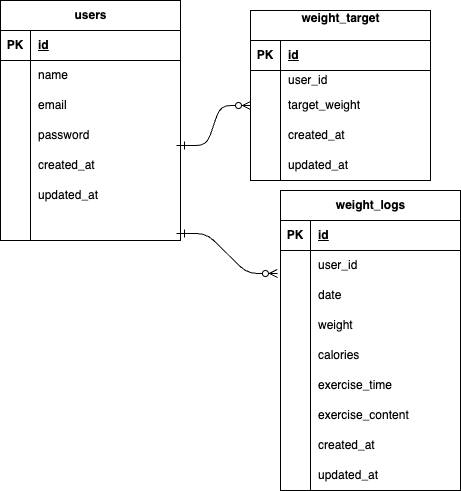
Above: docs/erd.drawio.png in mitoma1/test-weight3- (draw.io), before the change. Source tidied: cells renumbered, new cells last; positions are measured from the earlier drawing's top-left corner, leaving out a move shared by most shapes. Source of this version:
```xml
<mxGraphModel>
  <root>
    <mxCell id="0" />
    <mxCell id="1" parent="0" />
    <mxCell id="2" value="&lt;span class=&quot;notion-enable-hover&quot;&gt;weight_logs&lt;/span&gt;" style="shape=table;startSize=30;rowLines=0;fontStyle=1;align=center;html=1;" parent="1" vertex="1">
      <mxGeometry x="280" y="190" width="180" height="300" as="geometry" />
    </mxCell>
    <mxCell id="3" style="shape=tableRow;horizontal=0;startSize=0;swimlaneHead=0;swimlaneBody=0;fillColor=none;top=0;left=0;right=0;bottom=1;" parent="2" vertex="1">
      <mxGeometry y="30" width="180" height="30" as="geometry" />
    </mxCell>
    <mxCell id="4" value="PK" style="shape=partialRectangle;fillColor=none;top=0;left=0;bottom=0;right=0;fontStyle=1;overflow=hidden;whiteSpace=wrap;html=1;" parent="3" vertex="1">
      <mxGeometry width="30" height="30" as="geometry" />
    </mxCell>
    <mxCell id="5" value="id" style="shape=partialRectangle;fillColor=none;top=0;left=0;bottom=0;right=0;align=left;spacingLeft=6;fontStyle=5;overflow=hidden;whiteSpace=wrap;html=1;" parent="3" vertex="1">
      <mxGeometry x="30" width="150" height="30" as="geometry" />
    </mxCell>
    <mxCell id="6" style="shape=tableRow;horizontal=0;startSize=0;swimlaneHead=0;swimlaneBody=0;fillColor=none;points=[[0,0.5],[1,0.5]];portConstraint=eastwest;top=0;left=0;right=0;bottom=0;" parent="2" vertex="1">
      <mxGeometry y="60" width="180" height="30" as="geometry" />
    </mxCell>
    <mxCell id="7" style="shape=partialRectangle;fillColor=none;top=0;left=0;bottom=0;right=0;overflow=hidden;whiteSpace=wrap;html=1;" parent="6" vertex="1">
      <mxGeometry width="30" height="30" as="geometry" />
    </mxCell>
    <mxCell id="8" value="user_id" style="shape=partialRectangle;fillColor=none;top=0;left=0;bottom=0;right=0;align=left;spacingLeft=6;overflow=hidden;whiteSpace=wrap;html=1;" parent="6" vertex="1">
      <mxGeometry x="30" width="150" height="30" as="geometry" />
    </mxCell>
    <mxCell id="9" style="shape=tableRow;horizontal=0;startSize=0;swimlaneHead=0;swimlaneBody=0;fillColor=none;top=0;left=0;right=0;bottom=0;" parent="2" vertex="1">
      <mxGeometry y="90" width="180" height="30" as="geometry" />
    </mxCell>
    <mxCell id="10" style="shape=partialRectangle;fillColor=none;top=0;left=0;bottom=0;right=0;overflow=hidden;whiteSpace=wrap;html=1;" parent="9" vertex="1">
      <mxGeometry width="30" height="30" as="geometry" />
    </mxCell>
    <mxCell id="11" value="date" style="shape=partialRectangle;fillColor=none;top=0;left=0;bottom=0;right=0;align=left;spacingLeft=6;overflow=hidden;whiteSpace=wrap;html=1;" parent="9" vertex="1">
      <mxGeometry x="30" width="150" height="30" as="geometry" />
    </mxCell>
    <mxCell id="12" style="shape=tableRow;horizontal=0;startSize=0;swimlaneHead=0;swimlaneBody=0;fillColor=none;points=[[0,0.5],[1,0.5]];portConstraint=eastwest;top=0;left=0;right=0;bottom=0;" parent="2" vertex="1">
      <mxGeometry y="120" width="180" height="30" as="geometry" />
    </mxCell>
    <mxCell id="13" style="shape=partialRectangle;fillColor=none;top=0;left=0;bottom=0;right=0;overflow=hidden;whiteSpace=wrap;html=1;" parent="12" vertex="1">
      <mxGeometry width="30" height="30" as="geometry" />
    </mxCell>
    <mxCell id="14" value="weight" style="shape=partialRectangle;fillColor=none;top=0;left=0;bottom=0;right=0;align=left;spacingLeft=6;overflow=hidden;whiteSpace=wrap;html=1;" parent="12" vertex="1">
      <mxGeometry x="30" width="150" height="30" as="geometry" />
    </mxCell>
    <mxCell id="15" style="shape=tableRow;horizontal=0;startSize=0;swimlaneHead=0;swimlaneBody=0;fillColor=none;top=0;left=0;right=0;bottom=0;" parent="2" vertex="1">
      <mxGeometry y="150" width="180" height="30" as="geometry" />
    </mxCell>
    <mxCell id="16" style="shape=partialRectangle;fillColor=none;top=0;left=0;bottom=0;right=0;overflow=hidden;whiteSpace=wrap;html=1;" parent="15" vertex="1">
      <mxGeometry width="30" height="30" as="geometry" />
    </mxCell>
    <mxCell id="17" value="calories" style="shape=partialRectangle;fillColor=none;top=0;left=0;bottom=0;right=0;align=left;spacingLeft=6;overflow=hidden;whiteSpace=wrap;html=1;" parent="15" vertex="1">
      <mxGeometry x="30" width="150" height="30" as="geometry" />
    </mxCell>
    <mxCell id="18" style="shape=tableRow;horizontal=0;startSize=0;swimlaneHead=0;swimlaneBody=0;fillColor=none;top=0;left=0;right=0;bottom=0;" parent="2" vertex="1">
      <mxGeometry y="180" width="180" height="30" as="geometry" />
    </mxCell>
    <mxCell id="19" style="shape=partialRectangle;fillColor=none;top=0;left=0;bottom=0;right=0;overflow=hidden;whiteSpace=wrap;html=1;" parent="18" vertex="1">
      <mxGeometry width="30" height="30" as="geometry" />
    </mxCell>
    <mxCell id="20" value="exercise_time" style="shape=partialRectangle;fillColor=none;top=0;left=0;bottom=0;right=0;align=left;spacingLeft=6;overflow=hidden;whiteSpace=wrap;html=1;" parent="18" vertex="1">
      <mxGeometry x="30" width="150" height="30" as="geometry" />
    </mxCell>
    <mxCell id="21" style="shape=tableRow;horizontal=0;startSize=0;swimlaneHead=0;swimlaneBody=0;fillColor=none;top=0;left=0;right=0;bottom=0;" parent="2" vertex="1">
      <mxGeometry y="210" width="180" height="30" as="geometry" />
    </mxCell>
    <mxCell id="22" style="shape=partialRectangle;fillColor=none;top=0;left=0;bottom=0;right=0;overflow=hidden;whiteSpace=wrap;html=1;" parent="21" vertex="1">
      <mxGeometry width="30" height="30" as="geometry" />
    </mxCell>
    <mxCell id="23" value="exercise_content" style="shape=partialRectangle;fillColor=none;top=0;left=0;bottom=0;right=0;align=left;spacingLeft=6;overflow=hidden;whiteSpace=wrap;html=1;" parent="21" vertex="1">
      <mxGeometry x="30" width="150" height="30" as="geometry" />
    </mxCell>
    <mxCell id="24" style="shape=tableRow;horizontal=0;startSize=0;swimlaneHead=0;swimlaneBody=0;fillColor=none;top=0;left=0;right=0;bottom=0;" parent="2" vertex="1">
      <mxGeometry y="240" width="180" height="30" as="geometry" />
    </mxCell>
    <mxCell id="25" style="shape=partialRectangle;fillColor=none;top=0;left=0;bottom=0;right=0;overflow=hidden;whiteSpace=wrap;html=1;" parent="24" vertex="1">
      <mxGeometry width="30" height="30" as="geometry" />
    </mxCell>
    <mxCell id="26" value="created_at" style="shape=partialRectangle;fillColor=none;top=0;left=0;bottom=0;right=0;align=left;spacingLeft=6;overflow=hidden;whiteSpace=wrap;html=1;" parent="24" vertex="1">
      <mxGeometry x="30" width="150" height="30" as="geometry" />
    </mxCell>
    <mxCell id="27" style="shape=tableRow;horizontal=0;startSize=0;swimlaneHead=0;swimlaneBody=0;fillColor=none;top=0;left=0;right=0;bottom=0;" parent="2" vertex="1">
      <mxGeometry y="270" width="180" height="30" as="geometry" />
    </mxCell>
    <mxCell id="28" style="shape=partialRectangle;fillColor=none;top=0;left=0;bottom=0;right=0;overflow=hidden;whiteSpace=wrap;html=1;" parent="27" vertex="1">
      <mxGeometry width="30" height="30" as="geometry" />
    </mxCell>
    <mxCell id="29" value="updated_at" style="shape=partialRectangle;fillColor=none;top=0;left=0;bottom=0;right=0;align=left;spacingLeft=6;overflow=hidden;whiteSpace=wrap;html=1;" parent="27" vertex="1">
      <mxGeometry x="30" width="150" height="30" as="geometry" />
    </mxCell>
    <mxCell id="30" value="&lt;span class=&quot;notion-enable-hover&quot;&gt;users&lt;/span&gt;" style="shape=table;startSize=30;rowLines=0;fontStyle=1;align=center;html=1;" parent="1" vertex="1">
      <mxGeometry width="180" height="240" as="geometry" />
    </mxCell>
    <mxCell id="31" style="shape=tableRow;horizontal=0;startSize=0;swimlaneHead=0;swimlaneBody=0;fillColor=none;top=0;left=0;right=0;bottom=1;" parent="30" vertex="1">
      <mxGeometry y="30" width="180" height="30" as="geometry" />
    </mxCell>
    <mxCell id="32" value="PK" style="shape=partialRectangle;fillColor=none;top=0;left=0;bottom=0;right=0;fontStyle=1;overflow=hidden;whiteSpace=wrap;html=1;" parent="31" vertex="1">
      <mxGeometry width="30" height="30" as="geometry" />
    </mxCell>
    <mxCell id="33" value="id" style="shape=partialRectangle;fillColor=none;top=0;left=0;bottom=0;right=0;align=left;spacingLeft=6;fontStyle=5;overflow=hidden;whiteSpace=wrap;html=1;" parent="31" vertex="1">
      <mxGeometry x="30" width="150" height="30" as="geometry" />
    </mxCell>
    <mxCell id="34" style="shape=tableRow;horizontal=0;startSize=0;swimlaneHead=0;swimlaneBody=0;fillColor=none;top=0;left=0;right=0;bottom=0;" parent="30" vertex="1">
      <mxGeometry y="60" width="180" height="30" as="geometry" />
    </mxCell>
    <mxCell id="35" style="shape=partialRectangle;fillColor=none;top=0;left=0;bottom=0;right=0;overflow=hidden;whiteSpace=wrap;html=1;" parent="34" vertex="1">
      <mxGeometry width="30" height="30" as="geometry" />
    </mxCell>
    <mxCell id="36" value="name" style="shape=partialRectangle;fillColor=none;top=0;left=0;bottom=0;right=0;align=left;spacingLeft=6;overflow=hidden;whiteSpace=wrap;html=1;" parent="34" vertex="1">
      <mxGeometry x="30" width="150" height="30" as="geometry" />
    </mxCell>
    <mxCell id="37" style="shape=tableRow;horizontal=0;startSize=0;swimlaneHead=0;swimlaneBody=0;fillColor=none;top=0;left=0;right=0;bottom=0;" parent="30" vertex="1">
      <mxGeometry y="90" width="180" height="30" as="geometry" />
    </mxCell>
    <mxCell id="38" style="shape=partialRectangle;fillColor=none;top=0;left=0;bottom=0;right=0;overflow=hidden;whiteSpace=wrap;html=1;" parent="37" vertex="1">
      <mxGeometry width="30" height="30" as="geometry" />
    </mxCell>
    <mxCell id="39" value="email" style="shape=partialRectangle;fillColor=none;top=0;left=0;bottom=0;right=0;align=left;spacingLeft=6;overflow=hidden;whiteSpace=wrap;html=1;" parent="37" vertex="1">
      <mxGeometry x="30" width="150" height="30" as="geometry" />
    </mxCell>
    <mxCell id="40" style="shape=tableRow;horizontal=0;startSize=0;swimlaneHead=0;swimlaneBody=0;fillColor=none;points=[[0,0.5],[1,0.5]];portConstraint=eastwest;top=0;left=0;right=0;bottom=0;" parent="30" vertex="1">
      <mxGeometry y="120" width="180" height="30" as="geometry" />
    </mxCell>
    <mxCell id="41" style="shape=partialRectangle;fillColor=none;top=0;left=0;bottom=0;right=0;overflow=hidden;whiteSpace=wrap;html=1;" parent="40" vertex="1">
      <mxGeometry width="30" height="30" as="geometry" />
    </mxCell>
    <mxCell id="42" value="password" style="shape=partialRectangle;fillColor=none;top=0;left=0;bottom=0;right=0;align=left;spacingLeft=6;overflow=hidden;whiteSpace=wrap;html=1;" parent="40" vertex="1">
      <mxGeometry x="30" width="150" height="30" as="geometry" />
    </mxCell>
    <mxCell id="43" style="shape=tableRow;horizontal=0;startSize=0;swimlaneHead=0;swimlaneBody=0;fillColor=none;top=0;left=0;right=0;bottom=0;" parent="30" vertex="1">
      <mxGeometry y="150" width="180" height="30" as="geometry" />
    </mxCell>
    <mxCell id="44" style="shape=partialRectangle;fillColor=none;top=0;left=0;bottom=0;right=0;overflow=hidden;whiteSpace=wrap;html=1;" parent="43" vertex="1">
      <mxGeometry width="30" height="30" as="geometry" />
    </mxCell>
    <mxCell id="45" value="created_at" style="shape=partialRectangle;fillColor=none;top=0;left=0;bottom=0;right=0;align=left;spacingLeft=6;overflow=hidden;whiteSpace=wrap;html=1;" parent="43" vertex="1">
      <mxGeometry x="30" width="150" height="30" as="geometry" />
    </mxCell>
    <mxCell id="46" style="shape=tableRow;horizontal=0;startSize=0;swimlaneHead=0;swimlaneBody=0;fillColor=none;top=0;left=0;right=0;bottom=0;" parent="30" vertex="1">
      <mxGeometry y="180" width="180" height="30" as="geometry" />
    </mxCell>
    <mxCell id="47" style="shape=partialRectangle;fillColor=none;top=0;left=0;bottom=0;right=0;overflow=hidden;whiteSpace=wrap;html=1;" parent="46" vertex="1">
      <mxGeometry width="30" height="30" as="geometry" />
    </mxCell>
    <mxCell id="48" value="updated_at" style="shape=partialRectangle;fillColor=none;top=0;left=0;bottom=0;right=0;align=left;spacingLeft=6;overflow=hidden;whiteSpace=wrap;html=1;" parent="46" vertex="1">
      <mxGeometry x="30" width="150" height="30" as="geometry" />
    </mxCell>
    <mxCell id="49" style="shape=tableRow;horizontal=0;startSize=0;swimlaneHead=0;swimlaneBody=0;fillColor=none;points=[[0,0.5],[1,0.5]];portConstraint=eastwest;top=0;left=0;right=0;bottom=0;" parent="30" vertex="1">
      <mxGeometry y="210" width="180" height="30" as="geometry" />
    </mxCell>
    <mxCell id="50" style="shape=partialRectangle;fillColor=none;top=0;left=0;bottom=0;right=0;overflow=hidden;whiteSpace=wrap;html=1;" parent="49" vertex="1">
      <mxGeometry width="30" height="30" as="geometry" />
    </mxCell>
    <mxCell id="51" style="shape=partialRectangle;fillColor=none;top=0;left=0;bottom=0;right=0;align=left;spacingLeft=6;overflow=hidden;whiteSpace=wrap;html=1;" parent="49" vertex="1">
      <mxGeometry x="30" width="150" height="30" as="geometry" />
    </mxCell>
    <mxCell id="52" value="&lt;span class=&quot;notion-enable-hover&quot;&gt;weight_target&lt;/span&gt;&lt;div&gt;&lt;br/&gt;&lt;/div&gt;" style="shape=table;startSize=30;rowLines=0;fontStyle=1;align=center;html=1;" parent="1" vertex="1">
      <mxGeometry x="250" y="10" width="180" height="170" as="geometry" />
    </mxCell>
    <mxCell id="53" style="shape=tableRow;horizontal=0;startSize=0;swimlaneHead=0;swimlaneBody=0;fillColor=none;top=0;left=0;right=0;bottom=1;" parent="52" vertex="1">
      <mxGeometry y="30" width="180" height="30" as="geometry" />
    </mxCell>
    <mxCell id="54" value="PK" style="shape=partialRectangle;fillColor=none;top=0;left=0;bottom=0;right=0;fontStyle=1;overflow=hidden;whiteSpace=wrap;html=1;" parent="53" vertex="1">
      <mxGeometry width="30" height="30" as="geometry" />
    </mxCell>
    <mxCell id="55" value="id" style="shape=partialRectangle;fillColor=none;top=0;left=0;bottom=0;right=0;align=left;spacingLeft=6;fontStyle=5;overflow=hidden;whiteSpace=wrap;html=1;" parent="53" vertex="1">
      <mxGeometry x="30" width="150" height="30" as="geometry" />
    </mxCell>
    <mxCell id="56" style="shape=tableRow;horizontal=0;startSize=0;swimlaneHead=0;swimlaneBody=0;fillColor=none;top=0;left=0;right=0;bottom=0;" parent="52" vertex="1">
      <mxGeometry y="60" width="180" height="20" as="geometry" />
    </mxCell>
    <mxCell id="57" style="shape=partialRectangle;fillColor=none;top=0;left=0;bottom=0;right=0;overflow=hidden;whiteSpace=wrap;html=1;" parent="56" vertex="1">
      <mxGeometry width="30" height="20" as="geometry" />
    </mxCell>
    <mxCell id="58" value="user_id" style="shape=partialRectangle;fillColor=none;top=0;left=0;bottom=0;right=0;align=left;spacingLeft=6;overflow=hidden;whiteSpace=wrap;html=1;" parent="56" vertex="1">
      <mxGeometry x="30" width="150" height="20" as="geometry" />
    </mxCell>
    <mxCell id="59" style="shape=tableRow;horizontal=0;startSize=0;swimlaneHead=0;swimlaneBody=0;fillColor=none;points=[[0,0.5],[1,0.5]];portConstraint=eastwest;top=0;left=0;right=0;bottom=0;" parent="52" vertex="1">
      <mxGeometry y="80" width="180" height="30" as="geometry" />
    </mxCell>
    <mxCell id="60" style="shape=partialRectangle;fillColor=none;top=0;left=0;bottom=0;right=0;overflow=hidden;whiteSpace=wrap;html=1;" parent="59" vertex="1">
      <mxGeometry width="30" height="30" as="geometry" />
    </mxCell>
    <mxCell id="61" value="target_weight" style="shape=partialRectangle;fillColor=none;top=0;left=0;bottom=0;right=0;align=left;spacingLeft=6;overflow=hidden;whiteSpace=wrap;html=1;" parent="59" vertex="1">
      <mxGeometry x="30" width="150" height="30" as="geometry" />
    </mxCell>
    <mxCell id="62" style="shape=tableRow;horizontal=0;startSize=0;swimlaneHead=0;swimlaneBody=0;fillColor=none;points=[[0,0.5],[1,0.5]];portConstraint=eastwest;top=0;left=0;right=0;bottom=0;" parent="52" vertex="1">
      <mxGeometry y="110" width="180" height="30" as="geometry" />
    </mxCell>
    <mxCell id="63" style="shape=partialRectangle;fillColor=none;top=0;left=0;bottom=0;right=0;overflow=hidden;whiteSpace=wrap;html=1;" parent="62" vertex="1">
      <mxGeometry width="30" height="30" as="geometry" />
    </mxCell>
    <mxCell id="64" value="created_at" style="shape=partialRectangle;fillColor=none;top=0;left=0;bottom=0;right=0;align=left;spacingLeft=6;overflow=hidden;whiteSpace=wrap;html=1;" parent="62" vertex="1">
      <mxGeometry x="30" width="150" height="30" as="geometry" />
    </mxCell>
    <mxCell id="65" style="shape=tableRow;horizontal=0;startSize=0;swimlaneHead=0;swimlaneBody=0;fillColor=none;top=0;left=0;right=0;bottom=0;" parent="52" vertex="1">
      <mxGeometry y="140" width="180" height="30" as="geometry" />
    </mxCell>
    <mxCell id="66" style="shape=partialRectangle;fillColor=none;top=0;left=0;bottom=0;right=0;overflow=hidden;whiteSpace=wrap;html=1;" parent="65" vertex="1">
      <mxGeometry width="30" height="30" as="geometry" />
    </mxCell>
    <mxCell id="67" value="updated_at" style="shape=partialRectangle;fillColor=none;top=0;left=0;bottom=0;right=0;align=left;spacingLeft=6;overflow=hidden;whiteSpace=wrap;html=1;" parent="65" vertex="1">
      <mxGeometry x="30" width="150" height="30" as="geometry" />
    </mxCell>
    <mxCell id="68" style="edgeStyle=entityRelationEdgeStyle;fontSize=12;html=1;endArrow=ERzeroToMany;startArrow=ERmandOne;exitX=0.978;exitY=0.767;exitDx=0;exitDy=0;exitPerimeter=0;entryX=-0.017;entryY=0.767;entryDx=0;entryDy=0;entryPerimeter=0;" parent="1" edge="1" source="49" target="6">
      <mxGeometry relative="1" as="geometry">
        <Array as="points">
          <mxPoint x="247" y="280" />
        </Array>
      </mxGeometry>
    </mxCell>
    <mxCell id="69" style="edgeStyle=entityRelationEdgeStyle;fontSize=12;html=1;endArrow=ERzeroToMany;startArrow=ERmandOne;exitX=0.978;exitY=0.833;exitDx=0;exitDy=0;exitPerimeter=0;entryX=0;entryY=0.5;entryDx=0;entryDy=0;" parent="1" edge="1" source="40" target="59">
      <mxGeometry relative="1" as="geometry">
        <Array as="points">
          <mxPoint x="250" y="120" />
          <mxPoint x="240" y="110" />
        </Array>
      </mxGeometry>
    </mxCell>
  </root>
</mxGraphModel>
```
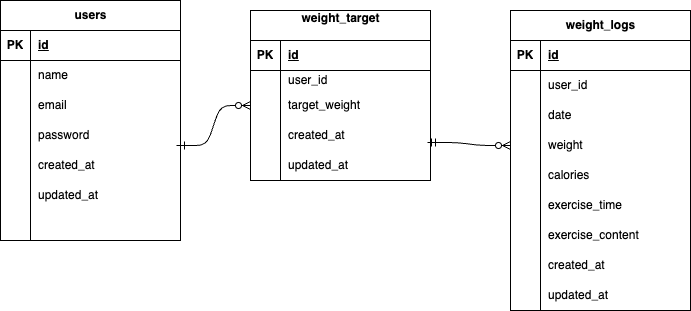
Later version of the same file.

The edit, as a diff of the source:
```diff
@@ -3,7 +3,7 @@
     <mxCell id="0" />
     <mxCell id="1" parent="0" />
     <mxCell id="2" value="&lt;span class=&quot;notion-enable-hover&quot;&gt;weight_logs&lt;/span&gt;" style="shape=table;startSize=30;rowLines=0;fontStyle=1;align=center;html=1;" parent="1" vertex="1">
-      <mxGeometry x="280" y="190" width="180" height="300" as="geometry" />
+      <mxGeometry x="510" y="10" width="180" height="300" as="geometry" />
     </mxCell>
     <mxCell id="3" style="shape=tableRow;horizontal=0;startSize=0;swimlaneHead=0;swimlaneBody=0;fillColor=none;top=0;left=0;right=0;bottom=1;" parent="2" vertex="1">
       <mxGeometry y="30" width="180" height="30" as="geometry" />
@@ -200,10 +200,11 @@
     <mxCell id="67" value="updated_at" style="shape=partialRectangle;fillColor=none;top=0;left=0;bottom=0;right=0;align=left;spacingLeft=6;overflow=hidden;whiteSpace=wrap;html=1;" parent="65" vertex="1">
       <mxGeometry x="30" width="150" height="30" as="geometry" />
     </mxCell>
-    <mxCell id="68" style="edgeStyle=entityRelationEdgeStyle;fontSize=12;html=1;endArrow=ERzeroToMany;startArrow=ERmandOne;exitX=0.978;exitY=0.767;exitDx=0;exitDy=0;exitPerimeter=0;entryX=-0.017;entryY=0.767;entryDx=0;entryDy=0;entryPerimeter=0;" parent="1" edge="1" source="49" target="6">
+    <mxCell id="68" style="edgeStyle=entityRelationEdgeStyle;fontSize=12;html=1;endArrow=ERzeroToMany;startArrow=ERmandOne;exitX=0.983;exitY=0.733;exitDx=0;exitDy=0;exitPerimeter=0;entryX=0;entryY=0.5;entryDx=0;entryDy=0;" parent="1" edge="1" source="62" target="12">
       <mxGeometry relative="1" as="geometry">
         <Array as="points">
-          <mxPoint x="247" y="280" />
+          <mxPoint x="371" y="227" />
+          <mxPoint x="400" y="240" />
         </Array>
       </mxGeometry>
     </mxCell>
```
